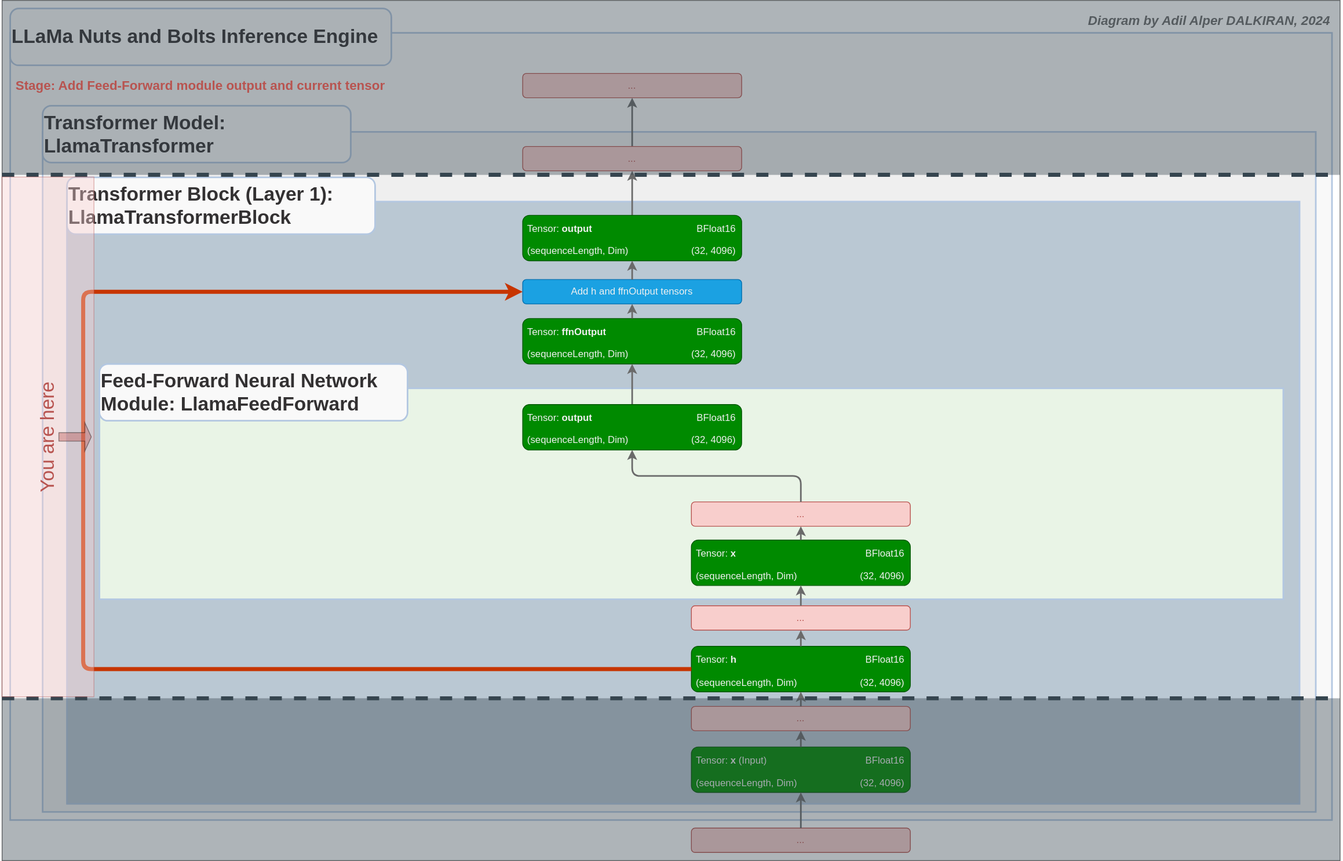
adalkiran/llama-nuts-and-bolts keeps this draw.io diagram as docs/images/DIAG01-STAGE18-add-ffn-output-and-current-tensor.drawio.svg. Above is the earlier version. Source tidied: cells renumbered, new cells last; positions are measured from the earlier drawing's top-left corner, leaving out a move shared by most shapes.
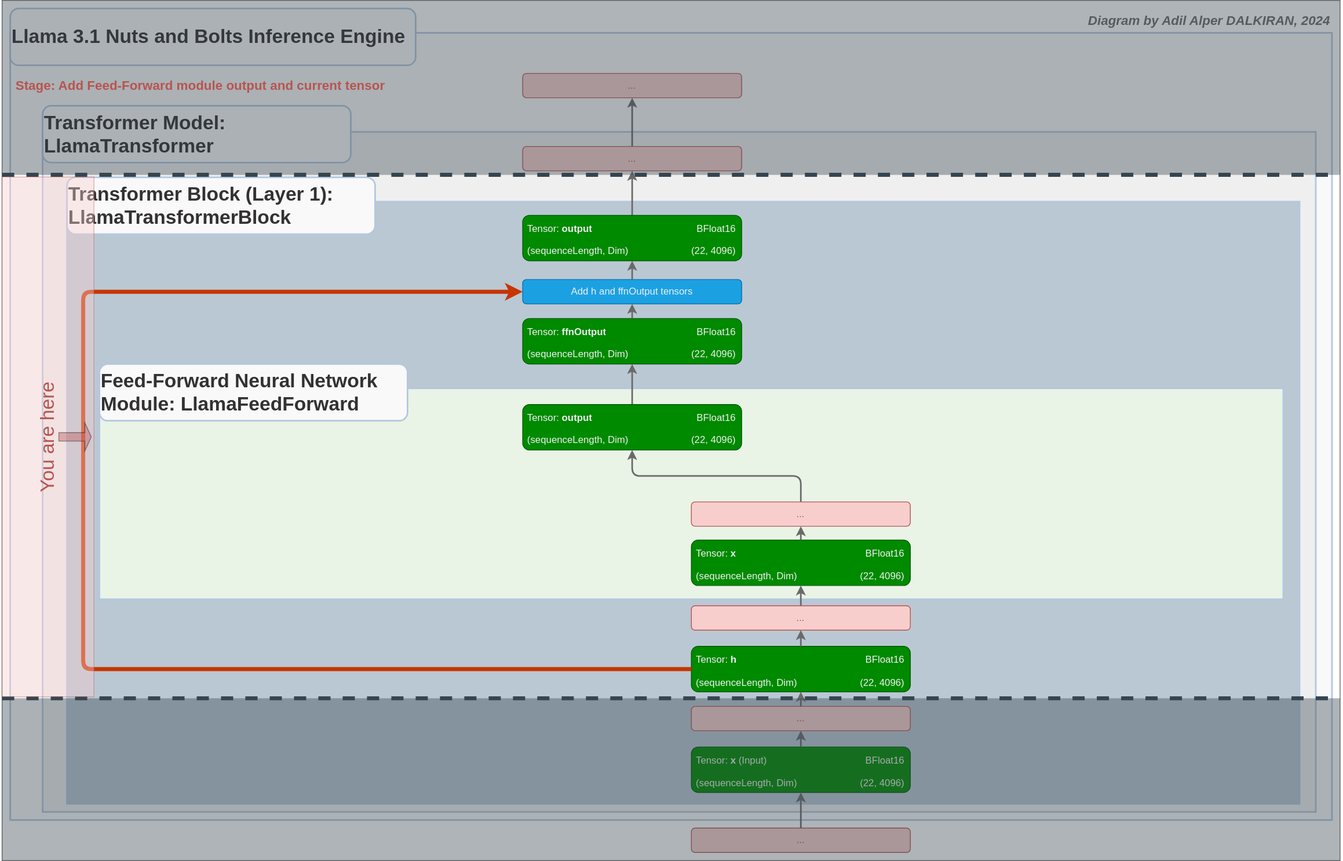
Above is the later version.

The edit, as a diff of the source:
```diff
@@ -11,8 +11,8 @@
     <mxCell id="4" style="rounded=0;whiteSpace=wrap;html=1;fillColor=#EFEFEF;fontColor=none;noLabel=1;strokeColor=#B3C7E1;strokeWidth=2;" parent="1" vertex="1">
       <mxGeometry x="314" y="162" width="1570" height="838" as="geometry" />
     </mxCell>
-    <mxCell id="5" value="&lt;span style=&quot;text-align: right;&quot;&gt;LLaMa Nuts and Bolts Inference Engine&lt;/span&gt;" style="text;strokeColor=#B3C7E1;fillColor=#F9F9F9;html=1;fontSize=24;fontStyle=1;verticalAlign=middle;align=left;fontColor=#333132;strokeWidth=2;rounded=1;glass=0;whiteSpace=wrap;" parent="1" vertex="1">
-      <mxGeometry x="274" y="10" width="470" height="70" as="geometry" />
+    <mxCell id="5" value="&lt;span style=&quot;text-align: right;&quot;&gt;Llama 3.1 Nuts and Bolts Inference Engine&lt;/span&gt;" style="text;strokeColor=#B3C7E1;fillColor=#F9F9F9;html=1;fontSize=24;fontStyle=1;verticalAlign=middle;align=left;fontColor=#333132;strokeWidth=2;rounded=1;glass=0;whiteSpace=wrap;" parent="1" vertex="1">
+      <mxGeometry x="274" y="10" width="500" height="70" as="geometry" />
     </mxCell>
     <mxCell id="6" value="Transformer Model:&lt;br&gt;LlamaTransformer&amp;nbsp;" style="text;strokeColor=#B3C7E1;fillColor=#F9F9F9;html=1;fontSize=24;fontStyle=1;verticalAlign=middle;align=left;fontColor=#333132;strokeWidth=2;rounded=1;glass=0;" parent="1" vertex="1">
       <mxGeometry x="314" y="129.8" width="380" height="70" as="geometry" />
@@ -50,7 +50,7 @@
     <mxCell id="17" value="(sequenceLength, Dim)" style="shape=partialRectangle;html=1;whiteSpace=wrap;overflow=hidden;fillColor=none;top=0;left=0;bottom=0;right=0;fontFamily=Helvetica;fontSize=12;fontColor=#F0F0F0;align=left;verticalAlign=bottom;strokeColor=#FFFFFF;labelBackgroundColor=none;" parent="16" vertex="1">
       <mxGeometry width="179" height="31" as="geometry" />
     </mxCell>
-    <mxCell id="18" value="(32, 4096)" style="shape=partialRectangle;html=1;whiteSpace=wrap;overflow=hidden;fillColor=none;top=0;left=0;bottom=0;right=0;fontFamily=Helvetica;fontSize=12;fontColor=#F0F0F0;align=right;verticalAlign=bottom;strokeColor=#FFFFFF;labelBackgroundColor=none;" parent="16" vertex="1">
+    <mxCell id="18" value="(22, 4096)" style="shape=partialRectangle;html=1;whiteSpace=wrap;overflow=hidden;fillColor=none;top=0;left=0;bottom=0;right=0;fontFamily=Helvetica;fontSize=12;fontColor=#F0F0F0;align=right;verticalAlign=bottom;strokeColor=#FFFFFF;labelBackgroundColor=none;" parent="16" vertex="1">
       <mxGeometry x="179" width="82" height="31" as="geometry" />
     </mxCell>
     <mxCell id="19" style="edgeStyle=none;shape=connector;rounded=1;html=1;exitX=0.5;exitY=0;exitDx=0;exitDy=0;labelBackgroundColor=default;strokeColor=#6A6A6A;strokeWidth=2;fontFamily=Helvetica;fontSize=6;fontColor=#6A6A6A;endArrow=classic;entryX=0.5;entryY=1;entryDx=0;entryDy=0;" parent="1" edge="1" source="28" target="27">
@@ -110,7 +110,7 @@
     <mxCell id="37" value="(sequenceLength,&amp;nbsp;Dim)" style="shape=partialRectangle;html=1;whiteSpace=wrap;overflow=hidden;fillColor=none;top=0;left=0;bottom=0;right=0;fontFamily=Helvetica;fontSize=12;fontColor=#F0F0F0;align=left;verticalAlign=bottom;strokeColor=#FFFFFF;labelBackgroundColor=none;" parent="36" vertex="1">
       <mxGeometry width="179" height="31" as="geometry" />
     </mxCell>
-    <mxCell id="38" value="(32, 4096)" style="shape=partialRectangle;html=1;whiteSpace=wrap;overflow=hidden;fillColor=none;top=0;left=0;bottom=0;right=0;fontFamily=Helvetica;fontSize=12;fontColor=#F0F0F0;align=right;verticalAlign=bottom;strokeColor=#FFFFFF;labelBackgroundColor=none;" parent="36" vertex="1">
+    <mxCell id="38" value="(22, 4096)" style="shape=partialRectangle;html=1;whiteSpace=wrap;overflow=hidden;fillColor=none;top=0;left=0;bottom=0;right=0;fontFamily=Helvetica;fontSize=12;fontColor=#F0F0F0;align=right;verticalAlign=bottom;strokeColor=#FFFFFF;labelBackgroundColor=none;" parent="36" vertex="1">
       <mxGeometry x="179" width="82" height="31" as="geometry" />
     </mxCell>
     <mxCell id="39" style="edgeStyle=none;shape=connector;rounded=1;html=1;exitX=0.5;exitY=0;exitDx=0;exitDy=0;entryX=0.5;entryY=1;entryDx=0;entryDy=0;labelBackgroundColor=default;strokeColor=#6A6A6A;strokeWidth=2;fontFamily=Helvetica;fontSize=11;fontColor=#6A6A6A;endArrow=classic;" parent="1" edge="1" source="31" target="41">
@@ -152,7 +152,7 @@
     <mxCell id="51" value="(sequenceLength, Dim)" style="shape=partialRectangle;html=1;whiteSpace=wrap;overflow=hidden;fillColor=none;top=0;left=0;bottom=0;right=0;fontFamily=Helvetica;fontSize=12;fontColor=#F0F0F0;align=left;verticalAlign=bottom;strokeColor=#FFFFFF;labelBackgroundColor=none;" parent="50" vertex="1">
       <mxGeometry width="179" height="31" as="geometry" />
     </mxCell>
-    <mxCell id="52" value="(32, 4096)" style="shape=partialRectangle;html=1;whiteSpace=wrap;overflow=hidden;fillColor=none;top=0;left=0;bottom=0;right=0;fontFamily=Helvetica;fontSize=12;fontColor=#F0F0F0;align=right;verticalAlign=bottom;strokeColor=#FFFFFF;labelBackgroundColor=none;" parent="50" vertex="1">
+    <mxCell id="52" value="(22, 4096)" style="shape=partialRectangle;html=1;whiteSpace=wrap;overflow=hidden;fillColor=none;top=0;left=0;bottom=0;right=0;fontFamily=Helvetica;fontSize=12;fontColor=#F0F0F0;align=right;verticalAlign=bottom;strokeColor=#FFFFFF;labelBackgroundColor=none;" parent="50" vertex="1">
       <mxGeometry x="179" width="82" height="31" as="geometry" />
     </mxCell>
     <mxCell id="53" style="edgeStyle=orthogonalEdgeStyle;shape=connector;rounded=1;html=1;exitX=0.5;exitY=0;exitDx=0;exitDy=0;entryX=0.5;entryY=1;entryDx=0;entryDy=0;labelBackgroundColor=default;strokeColor=#6A6A6A;strokeWidth=2;fontFamily=Helvetica;fontSize=11;fontColor=#6A6A6A;endArrow=classic;" parent="1" edge="1" source="41" target="45">
@@ -185,7 +185,7 @@
     <mxCell id="62" value="(sequenceLength, Dim)" style="shape=partialRectangle;html=1;whiteSpace=wrap;overflow=hidden;fillColor=none;top=0;left=0;bottom=0;right=0;fontFamily=Helvetica;fontSize=12;fontColor=#F0F0F0;align=left;verticalAlign=bottom;strokeColor=#FFFFFF;labelBackgroundColor=none;" parent="61" vertex="1">
       <mxGeometry width="179" height="31" as="geometry" />
     </mxCell>
-    <mxCell id="63" value="(32, 4096)" style="shape=partialRectangle;html=1;whiteSpace=wrap;overflow=hidden;fillColor=none;top=0;left=0;bottom=0;right=0;fontFamily=Helvetica;fontSize=12;fontColor=#F0F0F0;align=right;verticalAlign=bottom;strokeColor=#FFFFFF;labelBackgroundColor=none;" parent="61" vertex="1">
+    <mxCell id="63" value="(22, 4096)" style="shape=partialRectangle;html=1;whiteSpace=wrap;overflow=hidden;fillColor=none;top=0;left=0;bottom=0;right=0;fontFamily=Helvetica;fontSize=12;fontColor=#F0F0F0;align=right;verticalAlign=bottom;strokeColor=#FFFFFF;labelBackgroundColor=none;" parent="61" vertex="1">
       <mxGeometry x="179" width="82" height="31" as="geometry" />
     </mxCell>
     <mxCell id="64" value="..." style="rounded=1;whiteSpace=wrap;html=1;fillColor=#f8cecc;strokeColor=#b85450;fontColor=#B85450;" parent="1" vertex="1">
@@ -238,7 +238,7 @@
     <mxCell id="78" value="(sequenceLength, Dim)" style="shape=partialRectangle;html=1;whiteSpace=wrap;overflow=hidden;fillColor=none;top=0;left=0;bottom=0;right=0;fontFamily=Helvetica;fontSize=12;fontColor=#F0F0F0;align=left;verticalAlign=bottom;strokeColor=#FFFFFF;labelBackgroundColor=none;" parent="77" vertex="1">
       <mxGeometry width="179" height="31" as="geometry" />
     </mxCell>
-    <mxCell id="79" value="(32, 4096)" style="shape=partialRectangle;html=1;whiteSpace=wrap;overflow=hidden;fillColor=none;top=0;left=0;bottom=0;right=0;fontFamily=Helvetica;fontSize=12;fontColor=#F0F0F0;align=right;verticalAlign=bottom;strokeColor=#FFFFFF;labelBackgroundColor=none;" parent="77" vertex="1">
+    <mxCell id="79" value="(22, 4096)" style="shape=partialRectangle;html=1;whiteSpace=wrap;overflow=hidden;fillColor=none;top=0;left=0;bottom=0;right=0;fontFamily=Helvetica;fontSize=12;fontColor=#F0F0F0;align=right;verticalAlign=bottom;strokeColor=#FFFFFF;labelBackgroundColor=none;" parent="77" vertex="1">
       <mxGeometry x="179" width="82" height="31" as="geometry" />
     </mxCell>
     <mxCell id="80" style="edgeStyle=none;shape=connector;rounded=1;html=1;exitX=0.5;exitY=0;exitDx=0;exitDy=0;entryX=0.5;entryY=1;entryDx=0;entryDy=0;labelBackgroundColor=default;strokeColor=#6A6A6A;strokeWidth=2;fontFamily=Helvetica;fontSize=6;fontColor=#6A6A6A;endArrow=classic;" parent="1" edge="1" source="11" target="70">
@@ -277,7 +277,7 @@
     <mxCell id="91" value="(sequenceLength, Dim)" style="shape=partialRectangle;html=1;whiteSpace=wrap;overflow=hidden;fillColor=none;top=0;left=0;bottom=0;right=0;fontFamily=Helvetica;fontSize=12;fontColor=#F0F0F0;align=left;verticalAlign=bottom;strokeColor=#FFFFFF;labelBackgroundColor=none;" parent="90" vertex="1">
       <mxGeometry width="179" height="31" as="geometry" />
     </mxCell>
-    <mxCell id="92" value="(32, 4096)" style="shape=partialRectangle;html=1;whiteSpace=wrap;overflow=hidden;fillColor=none;top=0;left=0;bottom=0;right=0;fontFamily=Helvetica;fontSize=12;fontColor=#F0F0F0;align=right;verticalAlign=bottom;strokeColor=#FFFFFF;labelBackgroundColor=none;" parent="90" vertex="1">
+    <mxCell id="92" value="(22, 4096)" style="shape=partialRectangle;html=1;whiteSpace=wrap;overflow=hidden;fillColor=none;top=0;left=0;bottom=0;right=0;fontFamily=Helvetica;fontSize=12;fontColor=#F0F0F0;align=right;verticalAlign=bottom;strokeColor=#FFFFFF;labelBackgroundColor=none;" parent="90" vertex="1">
       <mxGeometry x="179" width="82" height="31" as="geometry" />
     </mxCell>
     <mxCell id="93" style="edgeStyle=none;shape=connector;rounded=1;html=1;exitX=0.5;exitY=0;exitDx=0;exitDy=0;entryX=0.5;entryY=1;entryDx=0;entryDy=0;labelBackgroundColor=default;strokeColor=#6A6A6A;strokeWidth=2;fontFamily=Helvetica;fontSize=11;fontColor=#6A6A6A;endArrow=classic;" parent="1" edge="1" source="85" target="20">
```
